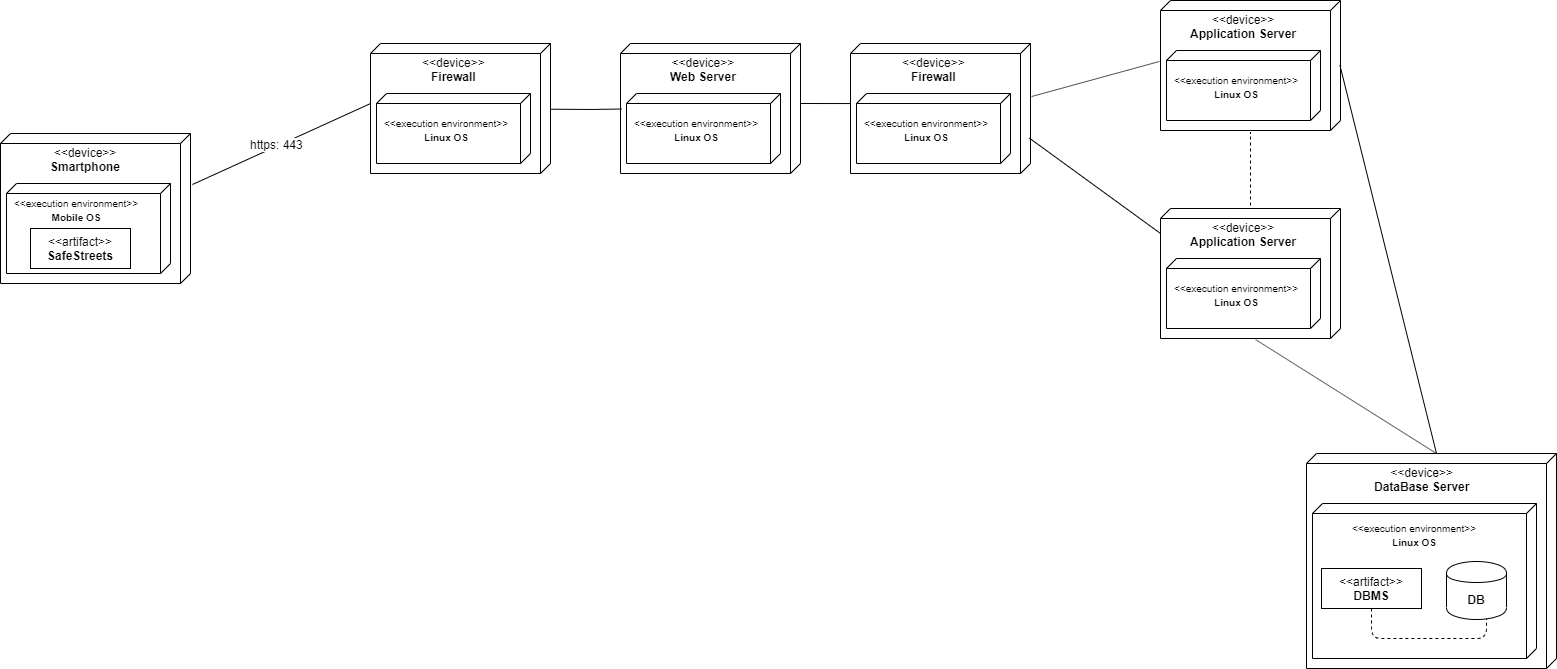
dariomiceli3/SafeStreet keeps this draw.io diagram as DD/img/Deployment_component.png. Above is the earlier version. Source tidied: cells renumbered, new cells last; positions are measured from the earlier drawing's top-left corner, leaving out a move shared by most shapes.
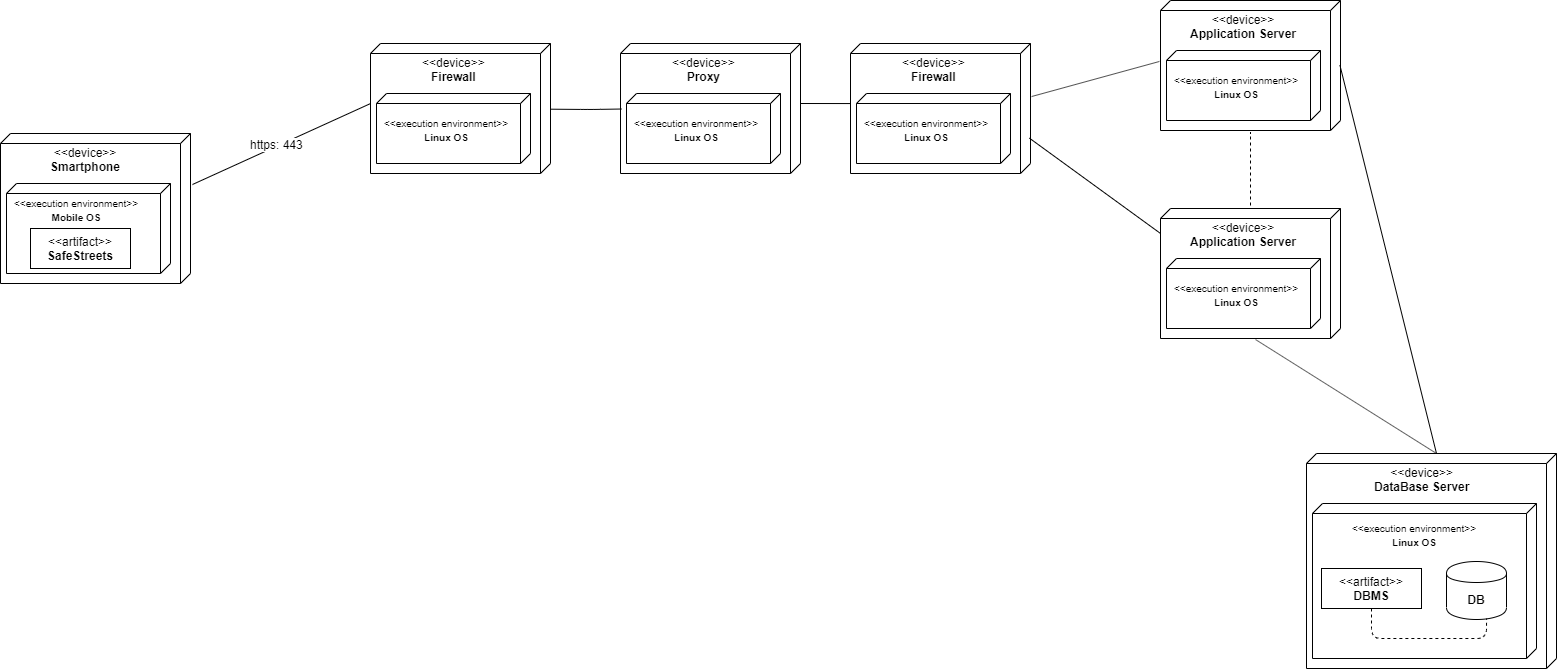
Above is the later version.

Change to the diagram source:
```diff
@@ -44,7 +44,7 @@
     <mxCell id="15" style="verticalAlign=top;align=center;spacingTop=8;spacingLeft=2;spacingRight=12;shape=cube;size=10;direction=south;fontStyle=4;html=1;" parent="1" vertex="1">
       <mxGeometry x="620" y="43" width="180" height="130" as="geometry" />
     </mxCell>
-    <mxCell id="16" value="&amp;lt;&amp;lt;device&amp;gt;&amp;gt;&lt;br&gt;&lt;b&gt;Web Server&lt;br&gt;&lt;br&gt;&lt;/b&gt;" style="text;html=1;align=center;verticalAlign=top;spacingTop=-4;" parent="1" vertex="1">
+    <mxCell id="16" value="&amp;lt;&amp;lt;device&amp;gt;&amp;gt;&lt;br&gt;&lt;b&gt;Proxy&lt;br&gt;&lt;br&gt;&lt;/b&gt;" style="text;html=1;align=center;verticalAlign=top;spacingTop=-4;" parent="1" vertex="1">
       <mxGeometry x="663" y="53" width="80" height="40" as="geometry" />
     </mxCell>
     <mxCell id="17" style="verticalAlign=top;align=left;spacingTop=8;spacingLeft=2;spacingRight=12;shape=cube;size=10;direction=south;fontStyle=4;html=1;" parent="1" vertex="1">
```
